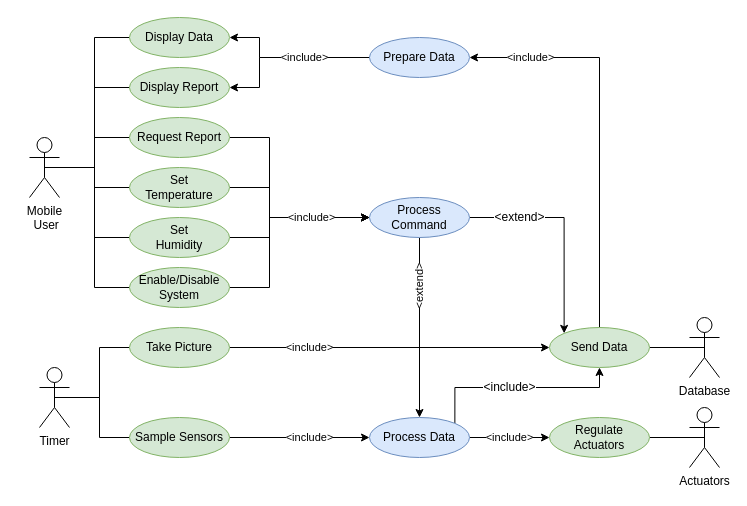
Above: Diagrams/Use Cases/Use cases v3.drawio in rafaelandrepedro/embebidos2122 (draw.io), before the change. Source tidied: cells renumbered, new cells numbered last; positions are measured from the earlier drawing's top-left corner, leaving out a move shared by most shapes. Both pictures are drawn from the tidied source at 100%, with x=0, y=0 at pixel (29, 17).
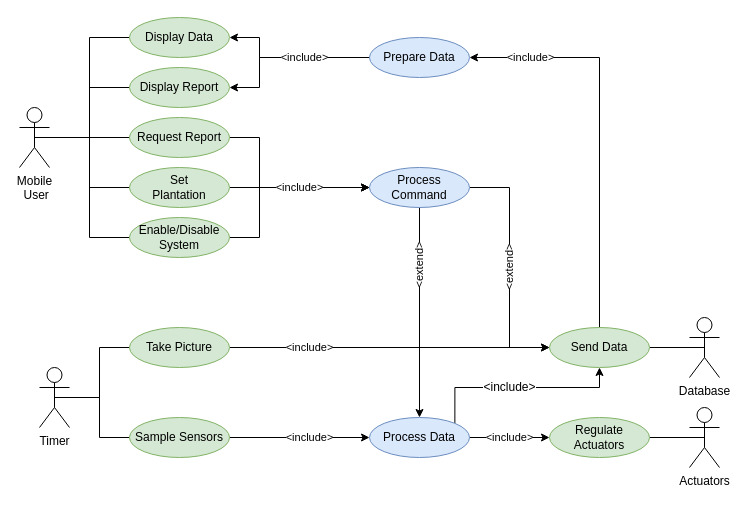
The same page after the edit.

Unchanged cells that the change refers to:
```xml
<mxCell id="10" value="Request Report" style="ellipse;whiteSpace=wrap;html=1;fillColor=#d5e8d4;strokeColor=#82b366;" parent="1" vertex="1">
  <mxGeometry x="100" y="100" width="100" height="40" as="geometry" />
</mxCell>
<mxCell id="31" value="Send Data" style="ellipse;whiteSpace=wrap;html=1;fillColor=#d5e8d4;strokeColor=#82b366;" parent="1" vertex="1">
  <mxGeometry x="520" y="310" width="100" height="40" as="geometry" />
</mxCell>
<mxCell id="37" value="Display Report" style="ellipse;whiteSpace=wrap;html=1;fillColor=#d5e8d4;strokeColor=#82b366;" parent="1" vertex="1">
  <mxGeometry x="100" y="50" width="100" height="40" as="geometry" />
</mxCell>
```

Diff of the diagram source:
```diff
@@
-    <mxCell id="4" style="edgeStyle=orthogonalEdgeStyle;rounded=0;jettySize=auto;html=1;exitX=0.5;exitY=0.5;exitDx=0;exitDy=0;exitPerimeter=0;entryX=0;entryY=0.5;entryDx=0;entryDy=0;endArrow=none;endFill=0;" parent="1" edge="1" source="8" target="14">
-      <mxGeometry relative="1" as="geometry" />
-    </mxCell>
@@
     <mxCell id="7" style="edgeStyle=orthogonalEdgeStyle;rounded=0;jettySize=auto;html=1;exitX=0.5;exitY=0.5;exitDx=0;exitDy=0;exitPerimeter=0;entryX=0;entryY=0.5;entryDx=0;entryDy=0;endArrow=none;endFill=0;" parent="1" edge="1" source="8" target="37">
-      <mxGeometry relative="1" as="geometry" />
+      <mxGeometry relative="1" as="geometry">
+        <Array as="points">
+          <mxPoint x="60" y="120" />
+          <mxPoint x="60" y="70" />
+        </Array>
+      </mxGeometry>
     </mxCell>
     <mxCell id="8" value="Mobile&lt;br&gt;&amp;nbsp;User" style="shape=umlActor;verticalLabelPosition=bottom;verticalAlign=top;html=1;outlineConnect=0;" parent="1" vertex="1">
-      <mxGeometry y="120" width="30" height="60" as="geometry" />
+      <mxGeometry x="-10" y="90" width="30" height="60" as="geometry" />
     </mxCell>
-    <mxCell id="9" style="edgeStyle=orthogonalEdgeStyle;rounded=0;jettySize=auto;html=1;exitX=1;exitY=0.5;exitDx=0;exitDy=0;entryX=0;entryY=0.5;entryDx=0;entryDy=0;startArrow=none;startFill=0;endArrow=classic;endFill=1;" parent="1" edge="1" source="10" target="41">
+    <mxCell id="9" style="edgeStyle=orthogonalEdgeStyle;rounded=0;jettySize=auto;html=1;exitX=1;exitY=0.5;exitDx=0;exitDy=0;entryX=0;entryY=0.5;entryDx=0;entryDy=0;" parent="1" edge="1" source="10" target="41">
       <mxGeometry relative="1" as="geometry">
         <Array as="points">
-          <mxPoint x="240" y="120" />
-          <mxPoint x="240" y="200" />
+          <mxPoint x="230" y="120" />
+          <mxPoint x="230" y="170" />
         </Array>
       </mxGeometry>
     </mxCell>
@@
-    <mxCell id="11" style="edgeStyle=orthogonalEdgeStyle;rounded=0;jettySize=auto;html=1;exitX=1;exitY=0.5;exitDx=0;exitDy=0;entryX=0;entryY=0.5;entryDx=0;entryDy=0;startArrow=none;startFill=0;endArrow=classic;endFill=1;" parent="1" edge="1" source="12" target="41">
-      <mxGeometry relative="1" as="geometry">
-        <Array as="points">
-          <mxPoint x="240" y="170" />
-          <mxPoint x="240" y="200" />
-        </Array>
-      </mxGeometry>
+    <mxCell id="11" style="edgeStyle=orthogonalEdgeStyle;rounded=0;jettySize=auto;html=1;entryX=0;entryY=0.5;entryDx=0;entryDy=0;" parent="1" edge="1" source="12" target="41">
+      <mxGeometry relative="1" as="geometry" />
     </mxCell>
-    <mxCell id="12" value="Set&lt;br&gt;Temperature" style="ellipse;whiteSpace=wrap;html=1;fillColor=#d5e8d4;strokeColor=#82b366;" parent="1" vertex="1">
+    <mxCell id="12" value="Set&lt;br&gt;Plantation" style="ellipse;whiteSpace=wrap;html=1;fillColor=#d5e8d4;strokeColor=#82b366;" parent="1" vertex="1">
       <mxGeometry x="100" y="150" width="100" height="40" as="geometry" />
     </mxCell>
-    <mxCell id="13" style="edgeStyle=orthogonalEdgeStyle;rounded=0;jettySize=auto;html=1;exitX=1;exitY=0.5;exitDx=0;exitDy=0;entryX=0;entryY=0.5;entryDx=0;entryDy=0;startArrow=none;startFill=0;endArrow=classic;endFill=1;" parent="1" edge="1" source="14" target="41">
-      <mxGeometry relative="1" as="geometry">
+    <mxCell id="13" value="&amp;lt;include&amp;gt;" style="edgeStyle=orthogonalEdgeStyle;rounded=0;jettySize=auto;html=1;exitX=1;exitY=0.5;exitDx=0;exitDy=0;entryX=0;entryY=0.5;entryDx=0;entryDy=0;startArrow=none;startFill=0;endArrow=classic;endFill=1;" parent="1" edge="1" target="41">
+      <mxGeometry x="0.26" relative="1" as="geometry">
+        <mxPoint x="200" y="220" as="sourcePoint" />
         <Array as="points">
-          <mxPoint x="240" y="220" />
-          <mxPoint x="240" y="200" />
+          <mxPoint x="230" y="220" />
+          <mxPoint x="230" y="170" />
+          <mxPoint x="340" y="170" />
         </Array>
       </mxGeometry>
     </mxCell>
-    <mxCell id="14" value="Set&lt;br&gt;Humidity" style="ellipse;whiteSpace=wrap;html=1;fillColor=#d5e8d4;strokeColor=#82b366;" parent="1" vertex="1">
-      <mxGeometry x="100" y="200" width="100" height="40" as="geometry" />
-    </mxCell>
-    <mxCell id="15" value="&amp;lt;include&amp;gt;" style="edgeStyle=orthogonalEdgeStyle;rounded=0;jettySize=auto;html=1;exitX=1;exitY=0.5;exitDx=0;exitDy=0;entryX=0;entryY=0.5;entryDx=0;entryDy=0;startArrow=none;startFill=0;endArrow=classic;endFill=1;" parent="1" edge="1" source="16" target="41">
-      <mxGeometry x="0.45" relative="1" as="geometry">
-        <Array as="points">
-          <mxPoint x="240" y="270" />
-          <mxPoint x="240" y="200" />
-        </Array>
-      </mxGeometry>
-    </mxCell>
     <mxCell id="16" value="Enable/Disable&lt;br&gt;System" style="ellipse;whiteSpace=wrap;html=1;fillColor=#d5e8d4;strokeColor=#82b366;" parent="1" vertex="1">
-      <mxGeometry x="100" y="250" width="100" height="40" as="geometry" />
+      <mxGeometry x="100" y="200" width="100" height="40" as="geometry" />
     </mxCell>
@@
-    <mxCell id="40" value="&amp;lt;extend&amp;gt;" style="edgeStyle=orthogonalEdgeStyle;rounded=0;jettySize=auto;html=1;entryX=0;entryY=0;entryDx=0;entryDy=0;fontSize=12;startArrow=none;startFill=0;endArrow=classic;endFill=1;strokeWidth=1;" parent="1" edge="1" source="41" target="31">
-      <mxGeometry x="-0.53" relative="1" as="geometry">
-        <mxPoint x="1" as="offset" />
-      </mxGeometry>
+    <mxCell id="40" value="&amp;lt;extend&amp;gt;" style="edgeStyle=orthogonalEdgeStyle;rounded=0;jettySize=auto;html=1;entryX=0;entryY=0.5;entryDx=0;entryDy=0;fontSize=11;startArrow=none;startFill=0;endArrow=classic;endFill=1;strokeWidth=1;horizontal=0;" parent="1" edge="1" source="41" target="31">
+      <mxGeometry relative="1" as="geometry" />
     </mxCell>
     <mxCell id="41" value="Process Command" style="ellipse;whiteSpace=wrap;html=1;fillColor=#dae8fc;strokeColor=#6c8ebf;" parent="1" vertex="1">
-      <mxGeometry x="340" y="180" width="100" height="40" as="geometry" />
+      <mxGeometry x="340" y="150" width="100" height="40" as="geometry" />
     </mxCell>
```
